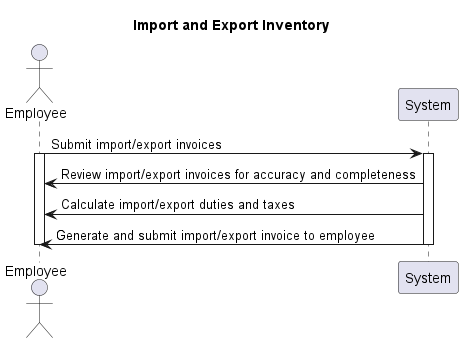
baonehe/SE357-Pratice-class keeps this PlantUML diagram as Lab1.2/Sequence diagram/ImportAndExportInventory_seq.png. Above is the earlier version.
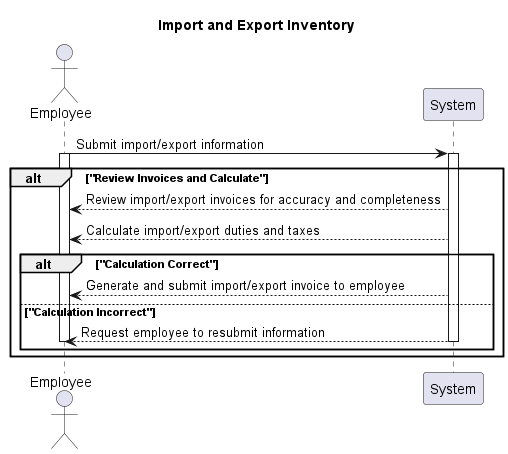
The same diagram one commit later.

Change to the diagram source:
```diff
@@ -3,14 +3,25 @@
 Actor Employee
 participant System
 
-Employee->System: Submit import/export invoices
-activate Employee
-activate System
 
-System->Employee: Review import/export invoices for accuracy and completeness
-System->Employee: Calculate import/export duties and taxes
-System->Employee: Generate and submit import/export invoice to employee
+  Employee->System: Submit import/export information
+  activate Employee
+  activate System
 
-deactivate System
-deactivate Employee
+  alt "Review Invoices and Calculate"
+    System-->Employee: Review import/export invoices for accuracy and completeness
+    System-->Employee: Calculate import/export duties and taxes
+    alt "Calculation Correct"
+      System-->Employee: Generate and submit import/export invoice to employee
+    else "Calculation Incorrect"
+      System-->Employee: Request employee to resubmit information
+      deactivate System
+      deactivate Employee
+    end
+  end
+
+  deactivate System
+  deactivate Employee
+
+
 @enduml
```
